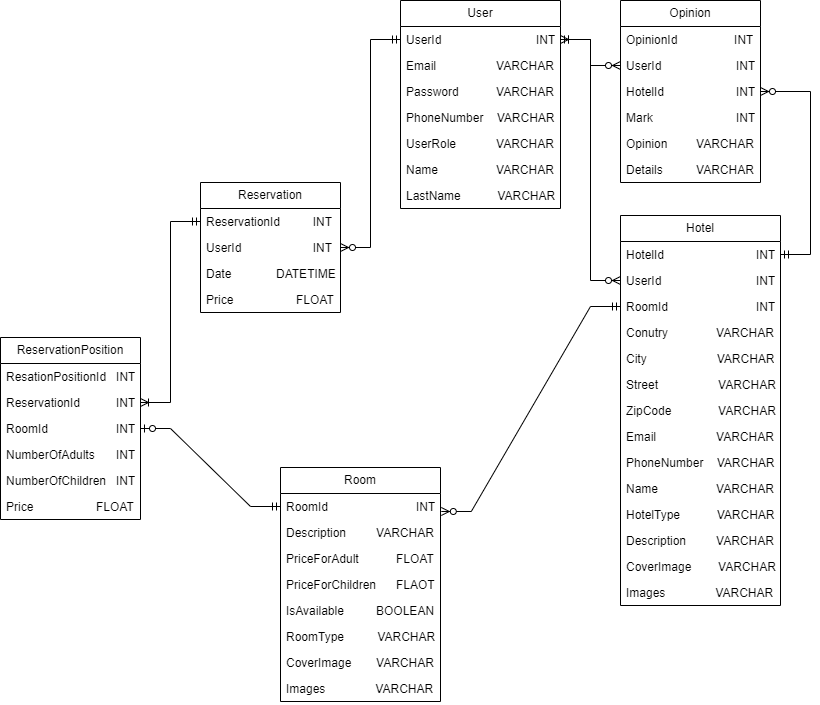
This is Docs/StayStopERD.png from KamilSurlas/StayStop, a draw.io export, as it was before one commit. Source tidied: cells renumbered, new cells last; positions are measured from the earlier drawing's top-left corner, leaving out a move shared by most shapes.
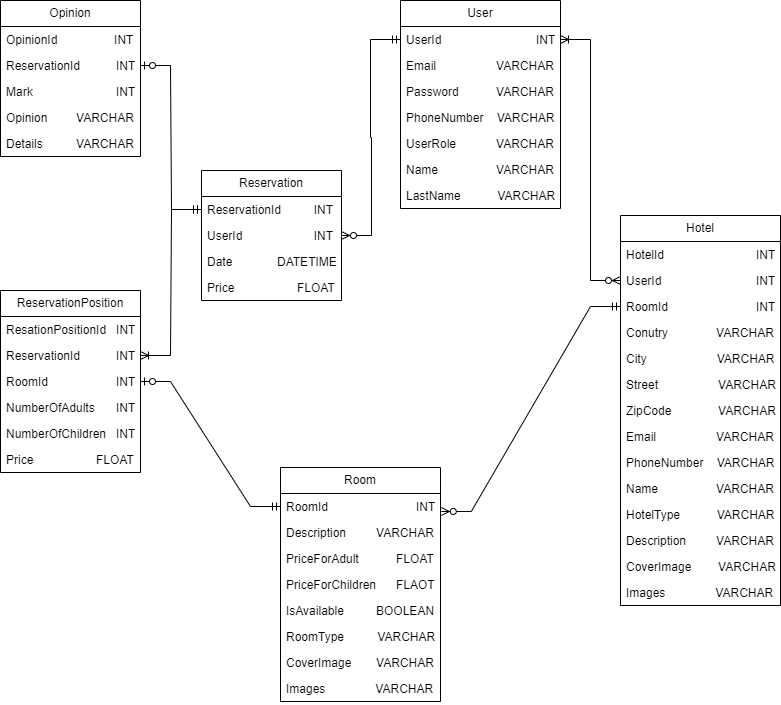
After the change.

Change to the diagram source:
```diff
@@ -98,29 +98,8 @@
     <mxCell id="33" value="Images&amp;nbsp; &amp;nbsp; &amp;nbsp; &amp;nbsp; &amp;nbsp; &amp;nbsp; &amp;nbsp; &amp;nbsp;VARCHAR" style="text;strokeColor=none;fillColor=none;align=left;verticalAlign=top;spacingLeft=4;spacingRight=4;overflow=hidden;whiteSpace=wrap;html=1;" parent="25" vertex="1">
       <mxGeometry y="208" width="160" height="26" as="geometry" />
     </mxCell>
-    <mxCell id="34" value="Opinion" style="swimlane;fontStyle=0;horizontal=1;startSize=26;fillColor=none;whiteSpace=wrap;html=1;" parent="1" vertex="1">
-      <mxGeometry x="620" width="140" height="182" as="geometry" />
-    </mxCell>
-    <mxCell id="35" value="OpinionId&amp;nbsp; &amp;nbsp; &amp;nbsp; &amp;nbsp; &amp;nbsp; &amp;nbsp; &amp;nbsp; &amp;nbsp; &amp;nbsp;INT" style="text;strokeColor=none;fillColor=none;align=left;verticalAlign=top;spacingLeft=4;spacingRight=4;overflow=hidden;whiteSpace=wrap;html=1;" parent="34" vertex="1">
-      <mxGeometry y="26" width="140" height="26" as="geometry" />
-    </mxCell>
-    <mxCell id="36" value="UserId&lt;span style=&quot;white-space: pre;&quot;&gt;&#9;&lt;/span&gt;&lt;span style=&quot;white-space: pre;&quot;&gt;&#9;&lt;/span&gt;&amp;nbsp; &amp;nbsp; &amp;nbsp; &amp;nbsp; &amp;nbsp;INT" style="text;strokeColor=none;fillColor=none;align=left;verticalAlign=top;spacingLeft=4;spacingRight=4;overflow=hidden;points=[[0,0.5],[1,0.5]];portConstraint=eastwest;whiteSpace=wrap;html=1;" parent="34" vertex="1">
-      <mxGeometry y="52" width="140" height="26" as="geometry" />
-    </mxCell>
-    <mxCell id="37" value="HotelId&lt;span style=&quot;white-space: pre;&quot;&gt;&#9;&lt;/span&gt;&amp;nbsp; &amp;nbsp;&amp;nbsp;&lt;span style=&quot;white-space: pre;&quot;&gt;&#9;&lt;/span&gt;&lt;span style=&quot;white-space: pre;&quot;&gt;&#9;&lt;/span&gt;&amp;nbsp;INT" style="text;strokeColor=none;fillColor=none;align=left;verticalAlign=top;spacingLeft=4;spacingRight=4;overflow=hidden;points=[[0,0.5],[1,0.5]];portConstraint=eastwest;whiteSpace=wrap;html=1;" parent="34" vertex="1">
-      <mxGeometry y="78" width="140" height="26" as="geometry" />
-    </mxCell>
-    <mxCell id="38" value="Mark&amp;nbsp; &amp;nbsp; &amp;nbsp;&lt;span style=&quot;white-space: pre;&quot;&gt;&#9;&lt;/span&gt;&lt;span style=&quot;white-space: pre;&quot;&gt;&#9;&lt;/span&gt;&lt;span style=&quot;white-space: pre;&quot;&gt;&#9;&lt;/span&gt;&amp;nbsp;INT" style="text;strokeColor=none;fillColor=none;align=left;verticalAlign=top;spacingLeft=4;spacingRight=4;overflow=hidden;whiteSpace=wrap;html=1;" parent="34" vertex="1">
-      <mxGeometry y="104" width="140" height="26" as="geometry" />
-    </mxCell>
-    <mxCell id="39" value="Opinion&lt;span style=&quot;white-space: pre;&quot;&gt;&#9;&lt;/span&gt;&amp;nbsp; &amp;nbsp; &amp;nbsp;VARCHAR" style="text;strokeColor=none;fillColor=none;align=left;verticalAlign=top;spacingLeft=4;spacingRight=4;overflow=hidden;whiteSpace=wrap;html=1;" parent="34" vertex="1">
-      <mxGeometry y="130" width="140" height="26" as="geometry" />
-    </mxCell>
-    <mxCell id="40" value="Details&amp;nbsp; &amp;nbsp;&lt;span style=&quot;white-space: pre;&quot;&gt;&#9;&lt;/span&gt;&amp;nbsp; &amp;nbsp; &amp;nbsp;VARCHAR" style="text;strokeColor=none;fillColor=none;align=left;verticalAlign=top;spacingLeft=4;spacingRight=4;overflow=hidden;whiteSpace=wrap;html=1;" parent="34" vertex="1">
-      <mxGeometry y="156" width="140" height="26" as="geometry" />
-    </mxCell>
     <mxCell id="41" value="Reservation" style="swimlane;fontStyle=0;horizontal=1;startSize=26;fillColor=none;whiteSpace=wrap;html=1;" parent="1" vertex="1">
-      <mxGeometry x="200" y="182" width="140" height="130" as="geometry" />
+      <mxGeometry x="201" y="170" width="140" height="130" as="geometry" />
     </mxCell>
     <mxCell id="42" value="ReservationId&lt;span style=&quot;white-space: pre;&quot;&gt;&#9;&lt;/span&gt;&lt;span style=&quot;white-space: pre;&quot;&gt;&#9;&lt;/span&gt;INT" style="text;strokeColor=none;fillColor=none;align=left;verticalAlign=top;spacingLeft=4;spacingRight=4;overflow=hidden;points=[[0,0.5],[1,0.5]];portConstraint=eastwest;whiteSpace=wrap;html=1;" parent="41" vertex="1">
       <mxGeometry y="26" width="140" height="26" as="geometry" />
@@ -135,7 +114,7 @@
       <mxGeometry y="104" width="140" height="26" as="geometry" />
     </mxCell>
     <mxCell id="46" value="ReservationPosition" style="swimlane;fontStyle=0;horizontal=1;startSize=26;fillColor=none;whiteSpace=wrap;html=1;" parent="1" vertex="1">
-      <mxGeometry y="337" width="140" height="182" as="geometry" />
+      <mxGeometry y="290" width="140" height="182" as="geometry" />
     </mxCell>
     <mxCell id="47" value="ResationPositionId&amp;nbsp; &amp;nbsp;INT" style="text;strokeColor=none;fillColor=none;align=left;verticalAlign=top;spacingLeft=4;spacingRight=4;overflow=hidden;whiteSpace=wrap;html=1;" parent="46" vertex="1">
       <mxGeometry y="26" width="140" height="26" as="geometry" />
@@ -155,12 +134,6 @@
     <mxCell id="52" value="Price&lt;span style=&quot;white-space: pre;&quot;&gt;&#9;&lt;/span&gt;&lt;span style=&quot;white-space: pre;&quot;&gt;&#9;&lt;/span&gt;&amp;nbsp; &amp;nbsp;FLOAT" style="text;strokeColor=none;fillColor=none;align=left;verticalAlign=top;spacingLeft=4;spacingRight=4;overflow=hidden;whiteSpace=wrap;html=1;" parent="46" vertex="1">
       <mxGeometry y="156" width="140" height="26" as="geometry" />
     </mxCell>
-    <mxCell id="53" style="edgeStyle=entityRelationEdgeStyle;fontSize=12;html=1;endArrow=ERzeroToMany;startArrow=ERmandOne;rounded=0;entryX=0;entryY=0.5;entryDx=0;entryDy=0;exitX=1;exitY=0.5;exitDx=0;exitDy=0;" parent="1" edge="1" source="3" target="36">
-      <mxGeometry relative="1" as="geometry" />
-    </mxCell>
-    <mxCell id="54" style="edgeStyle=entityRelationEdgeStyle;fontSize=12;html=1;endArrow=ERzeroToMany;startArrow=ERmandOne;rounded=0;entryX=1;entryY=0.5;entryDx=0;entryDy=0;" parent="1" edge="1" source="11" target="37">
-      <mxGeometry relative="1" as="geometry" />
-    </mxCell>
     <mxCell id="55" style="edgeStyle=entityRelationEdgeStyle;fontSize=12;html=1;endArrow=ERoneToMany;startArrow=ERzeroToMany;rounded=0;exitX=0;exitY=0.5;exitDx=0;exitDy=0;entryX=1;entryY=0.5;entryDx=0;entryDy=0;" parent="1" edge="1" source="12" target="3">
       <mxGeometry relative="1" as="geometry" />
     </mxCell>
@@ -171,10 +144,36 @@
       <mxGeometry relative="1" as="geometry" />
     </mxCell>
     <mxCell id="58" style="edgeStyle=entityRelationEdgeStyle;fontSize=12;html=1;endArrow=ERoneToMany;startArrow=ERmandOne;rounded=0;" parent="1" edge="1" source="42" target="48">
-      <mxGeometry relative="1" as="geometry" />
+      <mxGeometry relative="1" as="geometry">
+        <Array as="points">
+          <mxPoint x="131" y="209" />
+          <mxPoint x="141" y="310" />
+        </Array>
+      </mxGeometry>
     </mxCell>
     <mxCell id="59" style="edgeStyle=entityRelationEdgeStyle;fontSize=12;html=1;endArrow=ERzeroToOne;startArrow=ERmandOne;rounded=0;entryX=1;entryY=0.5;entryDx=0;entryDy=0;exitX=0;exitY=0.5;exitDx=0;exitDy=0;" parent="1" edge="1" source="26" target="49">
       <mxGeometry relative="1" as="geometry" />
     </mxCell>
+    <mxCell id="34" value="Opinion" style="swimlane;fontStyle=0;horizontal=1;startSize=26;fillColor=none;whiteSpace=wrap;html=1;" parent="1" vertex="1">
+      <mxGeometry width="140" height="156" as="geometry" />
+    </mxCell>
+    <mxCell id="35" value="OpinionId&amp;nbsp; &amp;nbsp; &amp;nbsp; &amp;nbsp; &amp;nbsp; &amp;nbsp; &amp;nbsp; &amp;nbsp; &amp;nbsp;INT" style="text;strokeColor=none;fillColor=none;align=left;verticalAlign=top;spacingLeft=4;spacingRight=4;overflow=hidden;whiteSpace=wrap;html=1;" parent="34" vertex="1">
+      <mxGeometry y="26" width="140" height="26" as="geometry" />
+    </mxCell>
+    <mxCell id="60" value="ReservationId&lt;span style=&quot;white-space: pre;&quot;&gt;&#9;&lt;/span&gt;&amp;nbsp; &amp;nbsp;&amp;nbsp;&lt;span style=&quot;white-space: pre;&quot;&gt;&#9;&lt;/span&gt;&amp;nbsp;INT" style="text;strokeColor=none;fillColor=none;align=left;verticalAlign=top;spacingLeft=4;spacingRight=4;overflow=hidden;points=[[0,0.5],[1,0.5]];portConstraint=eastwest;whiteSpace=wrap;html=1;" parent="34" vertex="1">
+      <mxGeometry y="52" width="140" height="26" as="geometry" />
+    </mxCell>
+    <mxCell id="38" value="Mark&amp;nbsp; &amp;nbsp; &amp;nbsp;&lt;span style=&quot;white-space: pre;&quot;&gt;&#9;&lt;/span&gt;&lt;span style=&quot;white-space: pre;&quot;&gt;&#9;&lt;/span&gt;&lt;span style=&quot;white-space: pre;&quot;&gt;&#9;&lt;/span&gt;&amp;nbsp;INT" style="text;strokeColor=none;fillColor=none;align=left;verticalAlign=top;spacingLeft=4;spacingRight=4;overflow=hidden;whiteSpace=wrap;html=1;" parent="34" vertex="1">
+      <mxGeometry y="78" width="140" height="26" as="geometry" />
+    </mxCell>
+    <mxCell id="39" value="Opinion&lt;span style=&quot;white-space: pre;&quot;&gt;&#9;&lt;/span&gt;&amp;nbsp; &amp;nbsp; &amp;nbsp;VARCHAR" style="text;strokeColor=none;fillColor=none;align=left;verticalAlign=top;spacingLeft=4;spacingRight=4;overflow=hidden;whiteSpace=wrap;html=1;" parent="34" vertex="1">
+      <mxGeometry y="104" width="140" height="26" as="geometry" />
+    </mxCell>
+    <mxCell id="40" value="Details&amp;nbsp; &amp;nbsp;&lt;span style=&quot;white-space: pre;&quot;&gt;&#9;&lt;/span&gt;&amp;nbsp; &amp;nbsp; &amp;nbsp;VARCHAR" style="text;strokeColor=none;fillColor=none;align=left;verticalAlign=top;spacingLeft=4;spacingRight=4;overflow=hidden;whiteSpace=wrap;html=1;" parent="34" vertex="1">
+      <mxGeometry y="130" width="140" height="26" as="geometry" />
+    </mxCell>
+    <mxCell id="61" style="edgeStyle=entityRelationEdgeStyle;fontSize=12;html=1;endArrow=ERzeroToOne;startArrow=ERmandOne;rounded=0;exitX=0;exitY=0.5;exitDx=0;exitDy=0;entryX=1;entryY=0.5;entryDx=0;entryDy=0;" parent="1" edge="1" source="42" target="60">
+      <mxGeometry relative="1" as="geometry" />
+    </mxCell>
   </root>
 </mxGraphModel>
```
